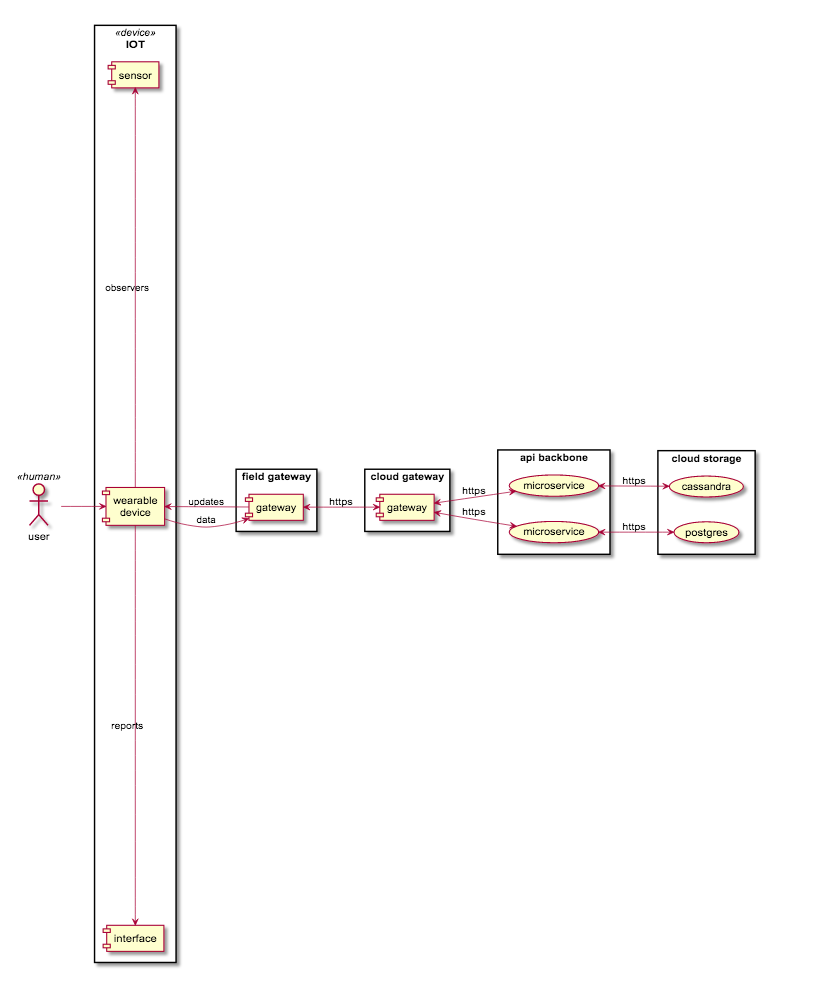
The PlantUML diagram iot/iot-wearable-usecase.png in cwhiteley/diagrams-images, before a commit. Its source is kept beside it as iot/iot-wearable-usecase.puml. Its diagram source:
```plantuml
@startuml

left to right direction
skinparam packageStyle rectangle


actor user <<human>>
rectangle IOT <<device>> {
component interface as i
component "wearable\ndevice" as device
component sensor as s
}

rectangle "field gateway" {
 component gateway as g
}

rectangle "cloud gateway" {
 component gateway as c
}

rectangle "api backbone" {
 (microservice) as ms1
 (microservice) as ms2
}

rectangle "cloud storage" {
 (postgres) as ds1
 (cassandra) as ds2
}


user -down-> device
device -left-> i : reports
device -right-> s: observers
device <- g: updates
device -> g: data

g <--> c : https
c <--> ms1: https
c <--> ms2: https
ds1 <-up-> ms1: https
ds2 <-up-> ms2: https

@enduml
```
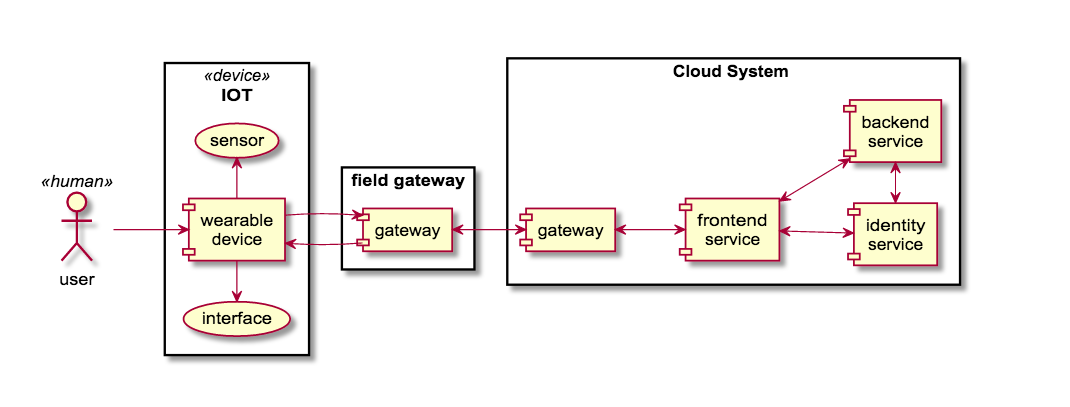
Above is the later version.

Commit message:
update wearable iot

What changed in the source:
```diff
@@ -1,45 +1,34 @@
 @startuml
 
 left to right direction
-skinparam packageStyle rectangle
-
 
 actor user <<human>>
 rectangle IOT <<device>> {
-component interface as i
+(interface) as i
 component "wearable\ndevice" as device
-component sensor as s
+(sensor) as s
 }
 
 rectangle "field gateway" {
- component gateway as g
+ component gateway as field
 }
 
-rectangle "cloud gateway" {
- component gateway as c
+rectangle "Cloud System "{
+ component gateway as cloud
+ component "frontend\nservice" as front
+ component "backend\nservice" as back
+ component "identity\nservice" as id
 }
 
-rectangle "api backbone" {
- (microservice) as ms1
- (microservice) as ms2
-}
-
-rectangle "cloud storage" {
- (postgres) as ds1
- (cassandra) as ds2
-}
-
-
 user -down-> device
-device -left-> i : reports
-device -right-> s: observers
-device <- g: updates
-device -> g: data
-
-g <--> c : https
-c <--> ms1: https
-c <--> ms2: https
-ds1 <-up-> ms1: https
-ds2 <-up-> ms2: https
+device -left-> i
+device -right-> s
+device <- field
+device -> field
+field <-d-> cloud
+cloud <-d-> front
+front <-d-> back
+front <-d-> id
+back <--l--> id
 
 @enduml
```
